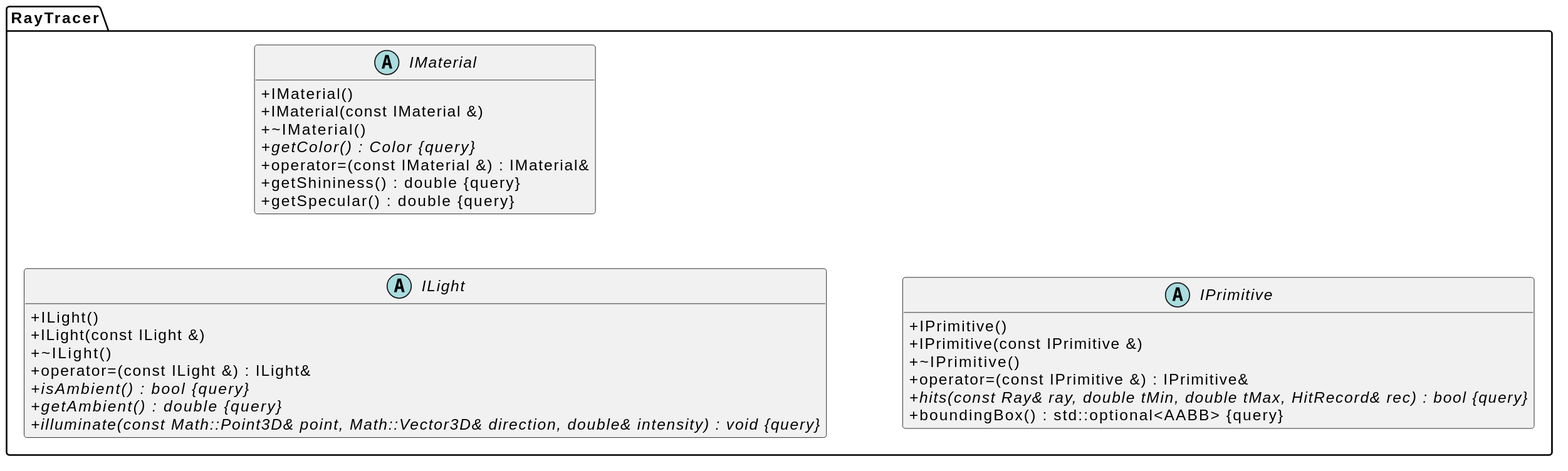
Before: docs/uml/interfaces.svg, a diagram exported from PlantUML (cassydjye/RAYTRACER_CI).
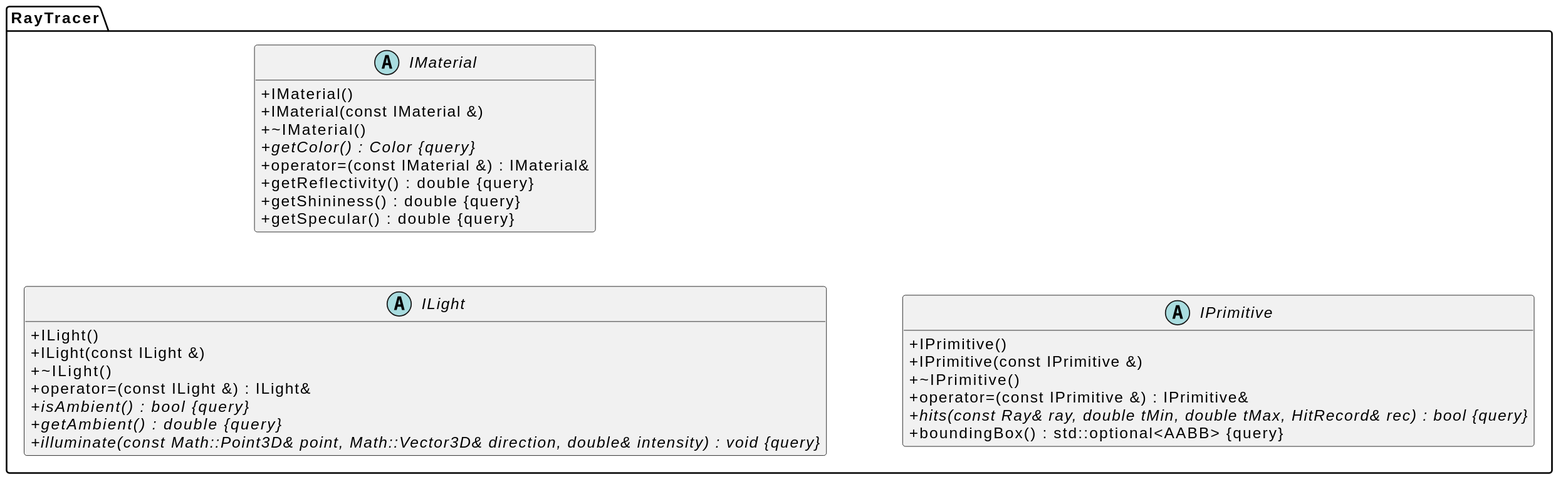
The same diagram one commit later.

Change to the diagram source:
```diff
@@ -29,6 +29,7 @@
 		+~IMaterial()
 		+{abstract} getColor() : Color {query}
 		+operator=(const IMaterial &) : IMaterial&
+		+getReflectivity() : double {query}
 		+getShininess() : double {query}
 		+getSpecular() : double {query}
 	}
```
